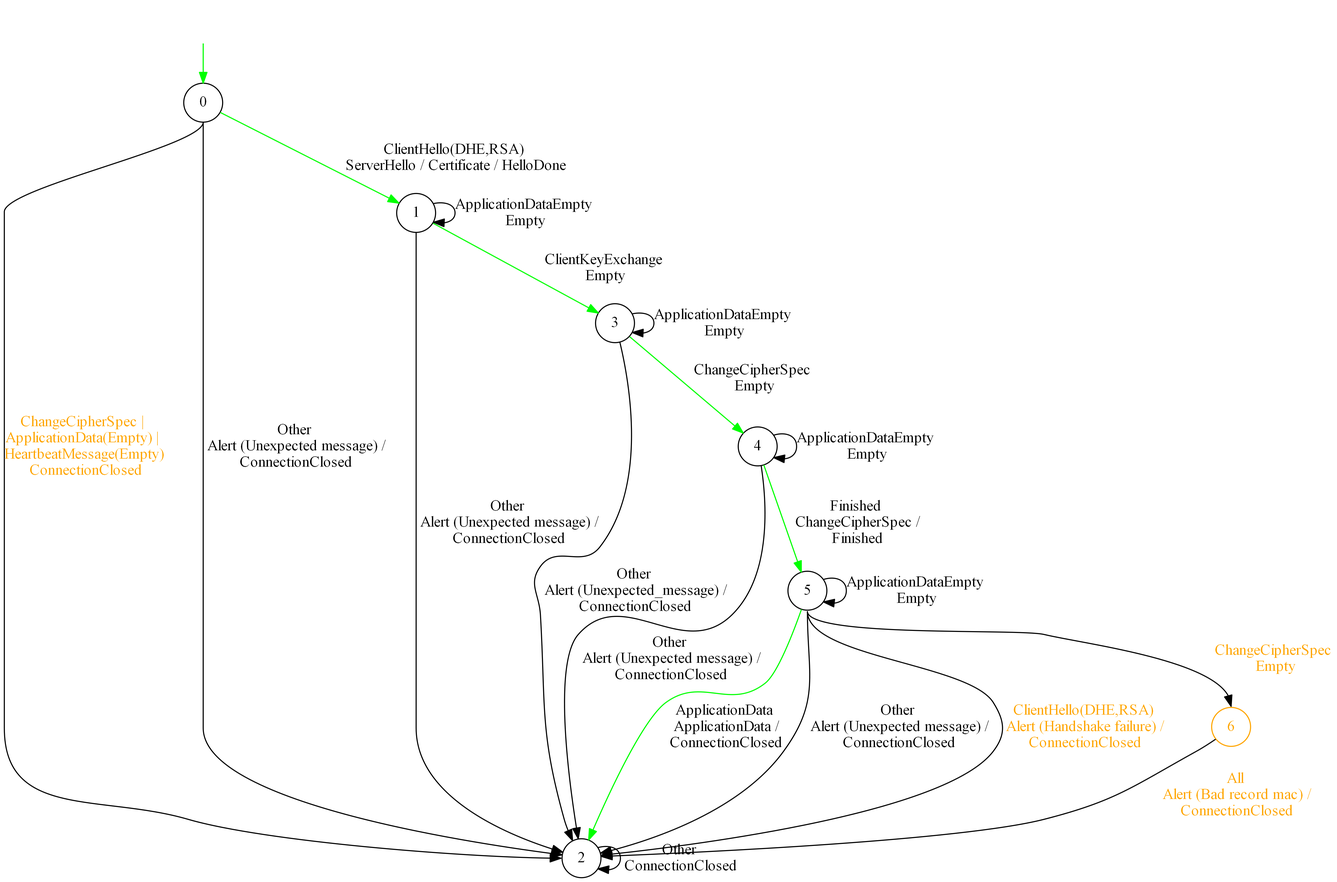
This is graphs/OpenSSL_1.0.2.png from RobvEmous/StateMachineTesting, a Graphviz export, as it was before one commit. Its source is kept beside it as graphs/OpenSSL_1.1.0e.dot.
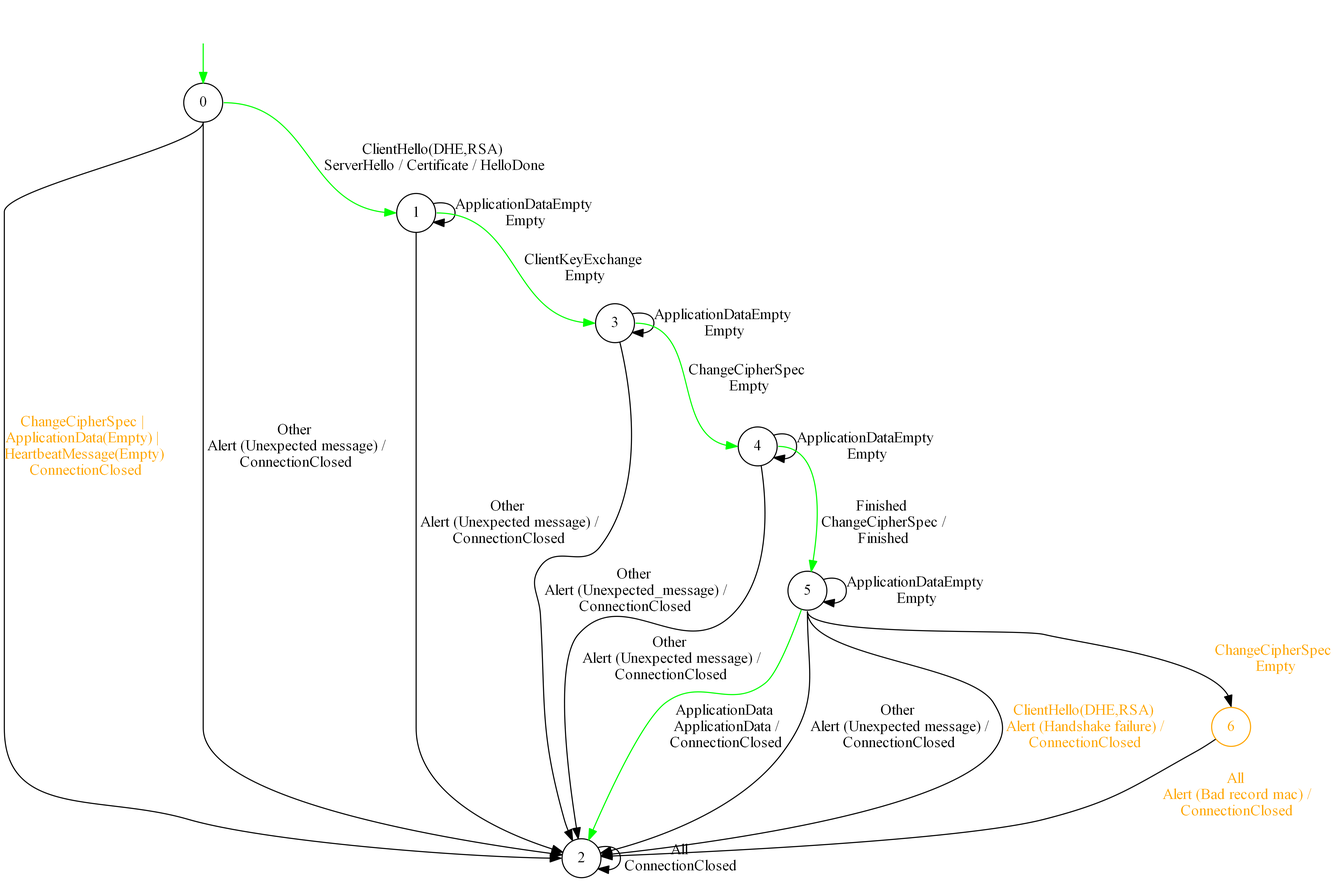
Above is the later version.

The edit, as a diff of the source:
```diff
@@ -10,15 +10,15 @@
 	s5 [shape="circle" label="5"];
 
 	edge[color=green weight=2]
-	s0 -> s1:w [label=<ClientHello(DHE,RSA)<BR/> ServerHello / Certificate / HelloDone>];
-	s1 -> s3 [label=<ClientKeyExchange<BR/> Empty>];
-	s3 -> s4 [label=<ChangeCipherSpec<BR/> Empty>];
-	s4 -> s5 [label=<Finished<BR/> ChangeCipherSpec /<BR/> Finished>];
+	s0:e -> s1:w [label=<ClientHello(DHE,RSA)<BR/> ServerHello / Certificate / HelloDone>];
+	s1:e -> s3:w [label=<ClientKeyExchange<BR/> Empty>];
+	s3:e -> s4:w [label=<ChangeCipherSpec<BR/> Empty>];
+	s4:e -> s5 [label=<Finished<BR/> ChangeCipherSpec /<BR/> Finished>];
 	s5 -> s2 [label=<ApplicationData<BR/> ApplicationData /<BR/> ConnectionClosed>];
 	__start0 -> s0;
 
 	edge[color=black]
-	s0 -> s2:w [label=<Other<BR/> Alert (Unexpected message) /<BR/> ConnectionClosed>];
+	s0:s -> s2:w [label=<Other<BR/> Alert (Unexpected message) /<BR/> ConnectionClosed>];
 
 	s1 -> s2 [label=<Other<BR/> Alert (Unexpected message) /<BR/> ConnectionClosed>];
 
```
